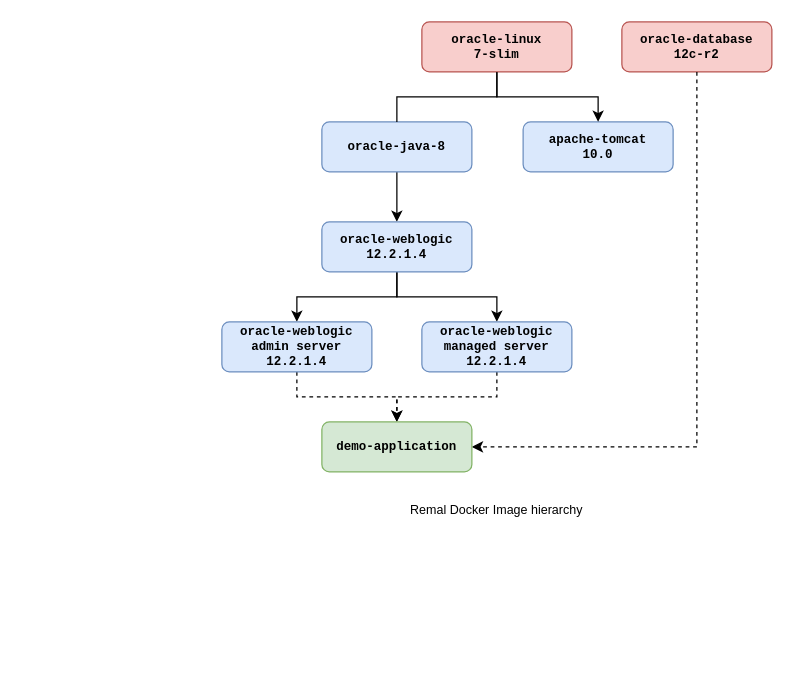
This is docker-images.drawio from zappee/docker-images, a draw.io file, before an edit. Source tidied: cells renumbered, new cells numbered last; positions are measured from the earlier drawing's top-left corner, leaving out a move shared by most shapes. Both pictures are drawn from the tidied source at 125%, with x=0, y=0 at pixel (221, 21).
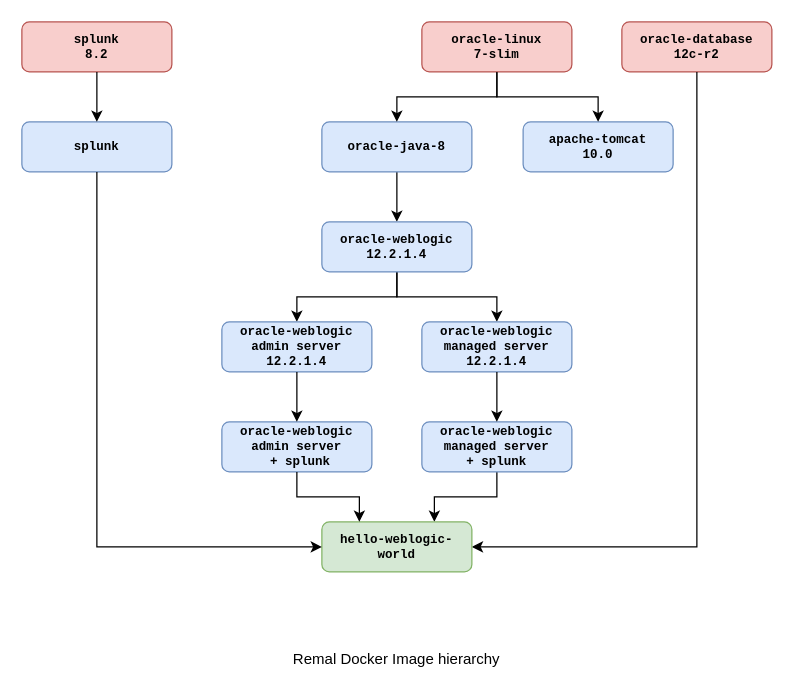
After the change.

The change refers to these unchanged cells:
```xml
<mxCell id="3" value="oracle-java-8" style="rounded=1;whiteSpace=wrap;html=1;fontFamily=Courier New;fillColor=#dae8fc;strokeColor=#6c8ebf;fontSize=10;fontStyle=1;" parent="1" vertex="1">
  <mxGeometry x="80" y="80" width="120" height="40" as="geometry" />
</mxCell>
<mxCell id="4" value="oracle-database&lt;br&gt;12c-r2" style="rounded=1;whiteSpace=wrap;html=1;fillColor=#f8cecc;strokeColor=#b85450;fontFamily=Courier New;fontSize=10;fontStyle=1;" parent="1" vertex="1">
  <mxGeometry x="320" width="120" height="40" as="geometry" />
</mxCell>
<mxCell id="6" value="oracle-linux&lt;br&gt;7-slim" style="rounded=1;whiteSpace=wrap;html=1;fontFamily=Courier New;fillColor=#f8cecc;strokeColor=#b85450;fontSize=10;fontStyle=1;" parent="1" vertex="1">
  <mxGeometry x="160" width="120" height="40" as="geometry" />
</mxCell>
<mxCell id="17" value="oracle-weblogic&lt;br&gt;admin server&lt;br&gt;12.2.1.4" style="rounded=1;whiteSpace=wrap;html=1;fontFamily=Courier New;fillColor=#dae8fc;strokeColor=#6c8ebf;fontSize=10;fontStyle=1;" parent="1" vertex="1">
  <mxGeometry y="240" width="120" height="40" as="geometry" />
</mxCell>
<mxCell id="18" value="oracle-weblogic&lt;br&gt;managed server&lt;br&gt;12.2.1.4" style="rounded=1;whiteSpace=wrap;html=1;fontFamily=Courier New;fillColor=#dae8fc;strokeColor=#6c8ebf;fontSize=10;fontStyle=1;" parent="1" vertex="1">
  <mxGeometry x="160" y="240" width="120" height="40" as="geometry" />
</mxCell>
```

The edit, as a diff of the source:
```diff
@@
-    <mxCell id="5" style="rounded=0;jettySize=auto;html=1;entryX=0.5;entryY=0;entryDx=0;entryDy=0;endArrow=none;endFill=0;exitX=0.5;exitY=1;exitDx=0;exitDy=0;edgeStyle=orthogonalEdgeStyle;" parent="1" edge="1" source="6" target="3">
+    <mxCell id="5" style="rounded=0;jettySize=auto;html=1;entryX=0.5;entryY=0;entryDx=0;entryDy=0;endArrow=classic;endFill=1;exitX=0.5;exitY=1;exitDx=0;exitDy=0;edgeStyle=orthogonalEdgeStyle;" parent="1" edge="1" source="6" target="3">
       <mxGeometry relative="1" as="geometry" />
     </mxCell>
@@
-    <mxCell id="7" value="Remal Docker Image hierarchy" style="text;html=1;strokeColor=none;fillColor=none;align=center;verticalAlign=middle;whiteSpace=wrap;rounded=0;fontFamily=Helvetica;fontSize=10;fontStyle=0;" parent="1" vertex="1">
-      <mxGeometry y="380" width="440" height="20" as="geometry" />
+    <mxCell id="7" value="Remal Docker Image hierarchy" style="text;html=1;strokeColor=none;fillColor=none;align=center;verticalAlign=middle;whiteSpace=wrap;rounded=0;fontFamily=Helvetica;fontSize=12;fontStyle=0;" parent="1" vertex="1">
+      <mxGeometry x="-160" y="500" width="600" height="20" as="geometry" />
     </mxCell>
@@
-    <mxCell id="12" style="rounded=0;jettySize=auto;html=1;entryX=0.5;entryY=0;entryDx=0;entryDy=0;endArrow=classic;endFill=1;fontColor=none;exitX=0.5;exitY=1;exitDx=0;exitDy=0;edgeStyle=orthogonalEdgeStyle;dashed=1;" parent="1" edge="1" source="17" target="15">
-      <mxGeometry relative="1" as="geometry" />
-    </mxCell>
-    <mxCell id="13" style="rounded=0;jettySize=auto;html=1;entryX=0.5;entryY=0;entryDx=0;entryDy=0;endArrow=classic;endFill=1;fontColor=none;exitX=0.5;exitY=1;exitDx=0;exitDy=0;edgeStyle=orthogonalEdgeStyle;dashed=1;" parent="1" edge="1" source="18" target="15">
+    <mxCell id="13" style="rounded=0;jettySize=auto;html=1;entryX=0.75;entryY=0;entryDx=0;entryDy=0;endArrow=classic;endFill=1;fontColor=none;exitX=0.5;exitY=1;exitDx=0;exitDy=0;edgeStyle=orthogonalEdgeStyle;" parent="1" edge="1" source="20" target="15">
       <mxGeometry relative="1" as="geometry" />
     </mxCell>
-    <mxCell id="14" style="rounded=0;jettySize=auto;html=1;entryX=1;entryY=0.5;entryDx=0;entryDy=0;endArrow=classic;endFill=1;fontColor=none;exitX=0.5;exitY=1;exitDx=0;exitDy=0;dashed=1;edgeStyle=orthogonalEdgeStyle;" parent="1" edge="1" source="4" target="15">
+    <mxCell id="14" style="rounded=0;jettySize=auto;html=1;entryX=1;entryY=0.5;entryDx=0;entryDy=0;endArrow=classic;endFill=1;fontColor=none;exitX=0.5;exitY=1;exitDx=0;exitDy=0;edgeStyle=orthogonalEdgeStyle;" parent="1" edge="1" source="4" target="15">
       <mxGeometry relative="1" as="geometry" />
     </mxCell>
-    <mxCell id="15" value="demo-application" style="rounded=1;whiteSpace=wrap;html=1;fontFamily=Courier New;fillColor=#d5e8d4;strokeColor=#82b366;fontSize=10;fontStyle=1;" parent="1" vertex="1">
-      <mxGeometry x="80" y="320" width="120" height="40" as="geometry" />
+    <mxCell id="15" value="hello-weblogic-world" style="rounded=1;whiteSpace=wrap;html=1;fontFamily=Courier New;fillColor=#d5e8d4;strokeColor=#82b366;fontSize=10;fontStyle=1;" parent="1" vertex="1">
+      <mxGeometry x="80" y="400" width="120" height="40" as="geometry" />
     </mxCell>
@@
+    <mxCell id="19" value="oracle-weblogic&lt;br&gt;admin server&lt;br&gt;&amp;nbsp;+ splunk" style="rounded=1;whiteSpace=wrap;html=1;fontFamily=Courier New;fillColor=#dae8fc;strokeColor=#6c8ebf;fontSize=10;fontStyle=1;" parent="1" vertex="1">
+      <mxGeometry y="320" width="120" height="40" as="geometry" />
+    </mxCell>
+    <mxCell id="20" value="oracle-weblogic&lt;br&gt;managed server&lt;br&gt;+ splunk" style="rounded=1;whiteSpace=wrap;html=1;fontFamily=Courier New;fillColor=#dae8fc;strokeColor=#6c8ebf;fontSize=10;fontStyle=1;" parent="1" vertex="1">
+      <mxGeometry x="160" y="320" width="120" height="40" as="geometry" />
+    </mxCell>
+    <mxCell id="21" style="rounded=0;jettySize=auto;html=1;entryX=0.5;entryY=0;entryDx=0;entryDy=0;exitX=0.5;exitY=1;exitDx=0;exitDy=0;" parent="1" edge="1" source="17" target="19">
+      <mxGeometry relative="1" as="geometry" />
+    </mxCell>
+    <mxCell id="22" style="rounded=0;jettySize=auto;html=1;entryX=0.5;entryY=0;entryDx=0;entryDy=0;exitX=0.5;exitY=1;exitDx=0;exitDy=0;" parent="1" edge="1" source="18" target="20">
+      <mxGeometry relative="1" as="geometry" />
+    </mxCell>
+    <mxCell id="23" style="rounded=0;jettySize=auto;html=1;entryX=0.25;entryY=0;entryDx=0;entryDy=0;endArrow=classic;endFill=1;fontColor=none;exitX=0.5;exitY=1;exitDx=0;exitDy=0;edgeStyle=orthogonalEdgeStyle;" parent="1" edge="1" source="19" target="15">
+      <mxGeometry relative="1" as="geometry" />
+    </mxCell>
+    <mxCell id="24" value="splunk&lt;br&gt;8.2" style="rounded=1;whiteSpace=wrap;html=1;fillColor=#f8cecc;strokeColor=#b85450;fontFamily=Courier New;fontSize=10;fontStyle=1;" parent="1" vertex="1">
+      <mxGeometry x="-160" width="120" height="40" as="geometry" />
+    </mxCell>
+    <mxCell id="25" value="splunk" style="rounded=1;whiteSpace=wrap;html=1;fontFamily=Courier New;fillColor=#dae8fc;strokeColor=#6c8ebf;fontSize=10;fontStyle=1;" parent="1" vertex="1">
+      <mxGeometry x="-160" y="80" width="120" height="40" as="geometry" />
+    </mxCell>
+    <mxCell id="26" style="rounded=0;jettySize=auto;html=1;entryX=0.5;entryY=0;entryDx=0;entryDy=0;endArrow=classic;endFill=1;exitX=0.5;exitY=1;exitDx=0;exitDy=0;edgeStyle=orthogonalEdgeStyle;" parent="1" edge="1" source="24" target="25">
+      <mxGeometry relative="1" as="geometry" />
+    </mxCell>
+    <mxCell id="27" style="rounded=0;jettySize=auto;html=1;entryX=0;entryY=0.5;entryDx=0;entryDy=0;endArrow=classic;endFill=1;exitX=0.5;exitY=1;exitDx=0;exitDy=0;edgeStyle=orthogonalEdgeStyle;" parent="1" edge="1" source="25" target="15">
+      <mxGeometry relative="1" as="geometry" />
+    </mxCell>
```
